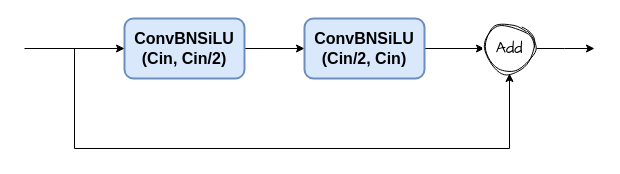
This is page "第 4 页" (3 of 6) of figs.drawio from 225ceV/tiny, a draw.io file, before an edit. Source tidied: cells renumbered, new cells numbered last; positions are measured from the earlier drawing's top-left corner, leaving out a move shared by most shapes. Both pictures are drawn from the tidied source at 100%, with x=0, y=0 at pixel (24, 18).
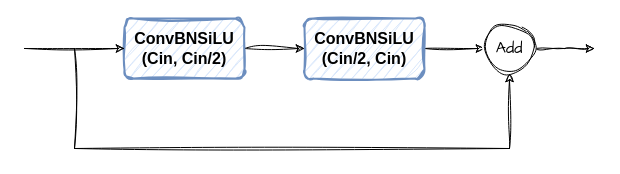
After the change.

Diff of the diagram source:
```diff
@@
 <mxGraphModel>
   <root>
     <mxCell id="0" />
     <mxCell id="1" parent="0" />
-    <mxCell id="2" style="edgeStyle=orthogonalEdgeStyle;rounded=0;jettySize=auto;html=1;" parent="1" edge="1" source="3" target="5">
+    <mxCell id="2" style="edgeStyle=orthogonalEdgeStyle;rounded=0;jettySize=auto;html=1;sketch=1;curveFitting=1;jiggle=2;" parent="1" edge="1" source="3" target="5">
       <mxGeometry relative="1" as="geometry" />
     </mxCell>
-    <mxCell id="3" value="&lt;font style=&quot;font-size: 16px;&quot;&gt;&lt;b&gt;ConvBNSiLU&lt;br&gt;(Cin, Cin/2)&lt;br&gt;&lt;/b&gt;&lt;/font&gt;" style="rounded=1;whiteSpace=wrap;html=1;fillColor=#dae8fc;strokeColor=#6c8ebf;strokeWidth=2;" parent="1" vertex="1">
+    <mxCell id="3" value="&lt;font style=&quot;font-size: 16px;&quot;&gt;&lt;b&gt;ConvBNSiLU&lt;br&gt;(Cin, Cin/2)&lt;br&gt;&lt;/b&gt;&lt;/font&gt;" style="rounded=1;whiteSpace=wrap;html=1;fillColor=#dae8fc;strokeColor=#6c8ebf;strokeWidth=2;sketch=1;curveFitting=1;jiggle=2;" parent="1" vertex="1">
       <mxGeometry x="100" width="120" height="60" as="geometry" />
     </mxCell>
-    <mxCell id="4" style="edgeStyle=orthogonalEdgeStyle;rounded=0;jettySize=auto;html=1;exitX=1;exitY=0.5;exitDx=0;exitDy=0;" parent="1" edge="1" source="5" target="7">
+    <mxCell id="4" style="edgeStyle=orthogonalEdgeStyle;rounded=0;jettySize=auto;html=1;exitX=1;exitY=0.5;exitDx=0;exitDy=0;sketch=1;curveFitting=1;jiggle=2;" parent="1" edge="1" source="5" target="7">
       <mxGeometry relative="1" as="geometry" />
     </mxCell>
-    <mxCell id="5" value="&lt;font style=&quot;font-size: 16px;&quot;&gt;&lt;b&gt;ConvBNSiLU&lt;br&gt;(Cin/2, Cin)&lt;br&gt;&lt;/b&gt;&lt;/font&gt;" style="rounded=1;whiteSpace=wrap;html=1;fillColor=#dae8fc;strokeColor=#6c8ebf;strokeWidth=2;" parent="1" vertex="1">
+    <mxCell id="5" value="&lt;font style=&quot;font-size: 16px;&quot;&gt;&lt;b&gt;ConvBNSiLU&lt;br&gt;(Cin/2, Cin)&lt;br&gt;&lt;/b&gt;&lt;/font&gt;" style="rounded=1;whiteSpace=wrap;html=1;fillColor=#dae8fc;strokeColor=#6c8ebf;strokeWidth=2;sketch=1;curveFitting=1;jiggle=2;" parent="1" vertex="1">
       <mxGeometry x="280" width="120" height="60" as="geometry" />
     </mxCell>
-    <mxCell id="6" style="edgeStyle=orthogonalEdgeStyle;rounded=0;jettySize=auto;html=1;exitX=1;exitY=0.5;exitDx=0;exitDy=0;" parent="1" edge="1" source="7">
+    <mxCell id="6" style="edgeStyle=orthogonalEdgeStyle;rounded=0;jettySize=auto;html=1;exitX=1;exitY=0.5;exitDx=0;exitDy=0;sketch=1;curveFitting=1;jiggle=2;" parent="1" edge="1" source="7">
       <mxGeometry relative="1" as="geometry">
         <mxPoint x="570" y="30" as="targetPoint" />
       </mxGeometry>
     </mxCell>
     <mxCell id="7" value="&lt;font face=&quot;Comic Sans MS&quot; style=&quot;font-size: 16px;&quot;&gt;Add&lt;/font&gt;" style="ellipse;whiteSpace=wrap;html=1;sketch=1;curveFitting=1;jiggle=2;" parent="1" vertex="1">
       <mxGeometry x="460" y="5" width="50" height="50" as="geometry" />
     </mxCell>
-    <mxCell id="8" style="endArrow=classic;html=1;rounded=0;entryX=0;entryY=0.5;entryDx=0;entryDy=0;" parent="1" edge="1" target="3">
+    <mxCell id="8" style="endArrow=classic;html=1;rounded=0;entryX=0;entryY=0.5;entryDx=0;entryDy=0;sketch=1;curveFitting=1;jiggle=2;" parent="1" edge="1" target="3">
       <mxGeometry relative="1" as="geometry">
         <mxPoint y="30" as="sourcePoint" />
       </mxGeometry>
     </mxCell>
-    <mxCell id="9" style="endArrow=classic;html=1;rounded=0;entryX=0.5;entryY=1;entryDx=0;entryDy=0;" parent="1" edge="1" target="7">
+    <mxCell id="9" style="endArrow=classic;html=1;rounded=0;entryX=0.5;entryY=1;entryDx=0;entryDy=0;sketch=1;curveFitting=1;jiggle=2;" parent="1" edge="1" target="7">
       <mxGeometry relative="1" as="geometry">
         <mxPoint x="50" y="30" as="sourcePoint" />
         <Array as="points">
           <mxPoint x="50" y="130" />
           <mxPoint x="485" y="130" />
         </Array>
       </mxGeometry>
     </mxCell>
   </root>
 </mxGraphModel>
```
